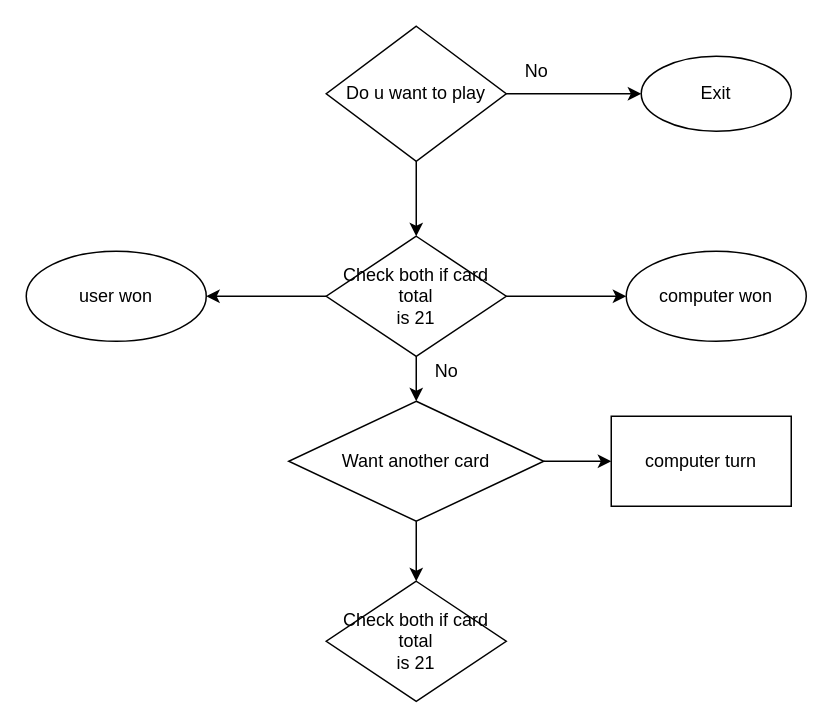
Above: blackjack.drawio in joey1089/Practise (draw.io), before the change. Source tidied: cells renumbered, new cells numbered last; positions are measured from the earlier drawing's top-left corner, leaving out a move shared by most shapes. Both pictures are drawn from the tidied source at 150%, with x=0, y=0 at pixel (26, 26).
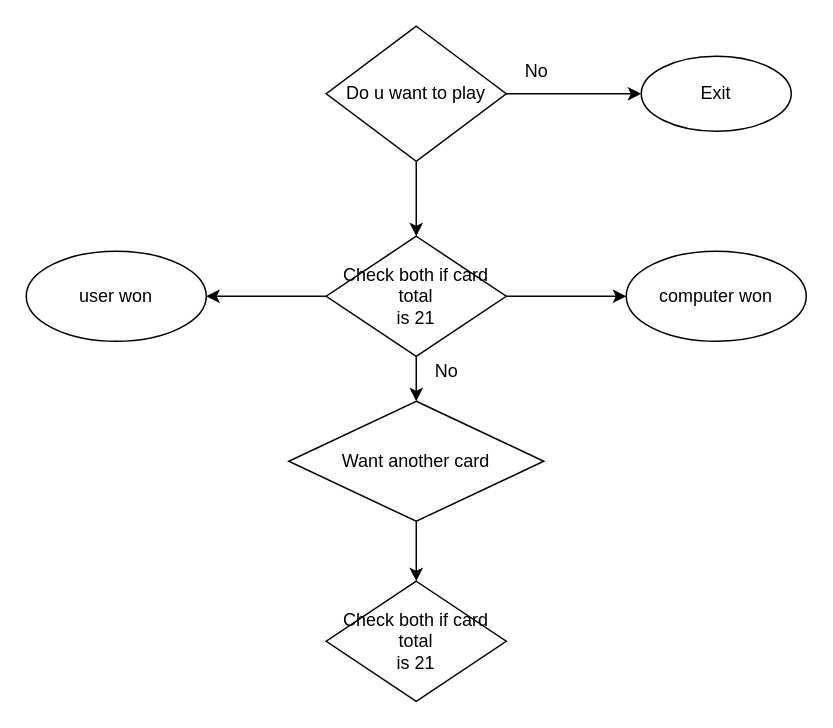
After the change.

Diff of the diagram source:
```diff
@@
 <mxGraphModel>
   <root>
     <mxCell id="0" />
     <mxCell id="1" parent="0" />
     <mxCell id="2" style="edgeStyle=orthogonalEdgeStyle;rounded=0;jettySize=auto;html=1;" parent="1" edge="1" source="4">
       <mxGeometry relative="1" as="geometry">
         <mxPoint x="410" y="45" as="targetPoint" />
       </mxGeometry>
     </mxCell>
     <mxCell id="3" style="edgeStyle=orthogonalEdgeStyle;rounded=0;jettySize=auto;html=1;" parent="1" edge="1" source="4" target="10">
       <mxGeometry relative="1" as="geometry" />
     </mxCell>
     <mxCell id="4" value="Do u want to play" style="rhombus;whiteSpace=wrap;html=1;" parent="1" vertex="1">
       <mxGeometry x="200" width="120" height="90" as="geometry" />
     </mxCell>
     <mxCell id="5" value="Exit" style="ellipse;whiteSpace=wrap;html=1;" parent="1" vertex="1">
       <mxGeometry x="410" y="20" width="100" height="50" as="geometry" />
     </mxCell>
     <mxCell id="6" value="No" style="text;html=1;align=center;verticalAlign=middle;strokeColor=none;fillColor=none;" parent="1" vertex="1">
       <mxGeometry x="325" y="20" width="30" height="20" as="geometry" />
     </mxCell>
     <mxCell id="7" style="edgeStyle=orthogonalEdgeStyle;rounded=0;jettySize=auto;html=1;" parent="1" edge="1" source="10" target="13">
       <mxGeometry relative="1" as="geometry" />
     </mxCell>
     <mxCell id="8" style="edgeStyle=orthogonalEdgeStyle;rounded=0;jettySize=auto;html=1;" parent="1" edge="1" source="10" target="14">
       <mxGeometry relative="1" as="geometry" />
     </mxCell>
     <mxCell id="9" style="edgeStyle=orthogonalEdgeStyle;rounded=0;jettySize=auto;html=1;" parent="1" edge="1" source="10" target="15">
       <mxGeometry relative="1" as="geometry" />
     </mxCell>
     <mxCell id="10" value="&lt;div&gt;Check both if card total&lt;/div&gt;&lt;div&gt;is 21&lt;br&gt;&lt;/div&gt;" style="rhombus;whiteSpace=wrap;html=1;" parent="1" vertex="1">
       <mxGeometry x="200" y="140" width="120" height="80" as="geometry" />
     </mxCell>
     <mxCell id="11" style="edgeStyle=orthogonalEdgeStyle;rounded=0;jettySize=auto;html=1;" parent="1" edge="1" source="13" target="17">
       <mxGeometry relative="1" as="geometry" />
     </mxCell>
-    <mxCell id="12" style="edgeStyle=orthogonalEdgeStyle;rounded=0;jettySize=auto;html=1;" parent="1" edge="1" source="13" target="18">
-      <mxGeometry relative="1" as="geometry" />
-    </mxCell>
     <mxCell id="13" value="Want another card" style="rhombus;whiteSpace=wrap;html=1;" parent="1" vertex="1">
       <mxGeometry x="175" y="250" width="170" height="80" as="geometry" />
     </mxCell>
     <mxCell id="14" value="computer won" style="ellipse;whiteSpace=wrap;html=1;" parent="1" vertex="1">
       <mxGeometry x="400" y="150" width="120" height="60" as="geometry" />
     </mxCell>
     <mxCell id="15" value="user won" style="ellipse;whiteSpace=wrap;html=1;" parent="1" vertex="1">
       <mxGeometry y="150" width="120" height="60" as="geometry" />
     </mxCell>
     <mxCell id="16" value="No" style="text;html=1;align=center;verticalAlign=middle;strokeColor=none;fillColor=none;" parent="1" vertex="1">
       <mxGeometry x="265" y="220" width="30" height="20" as="geometry" />
     </mxCell>
     <mxCell id="17" value="&lt;div&gt;Check both if card total&lt;/div&gt;&lt;div&gt;is 21&lt;br&gt;&lt;/div&gt;" style="rhombus;whiteSpace=wrap;html=1;" parent="1" vertex="1">
       <mxGeometry x="200" y="370" width="120" height="80" as="geometry" />
     </mxCell>
-    <mxCell id="18" value="computer turn" style="whiteSpace=wrap;html=1;" parent="1" vertex="1">
-      <mxGeometry x="390" y="260" width="120" height="60" as="geometry" />
-    </mxCell>
   </root>
 </mxGraphModel>
```
